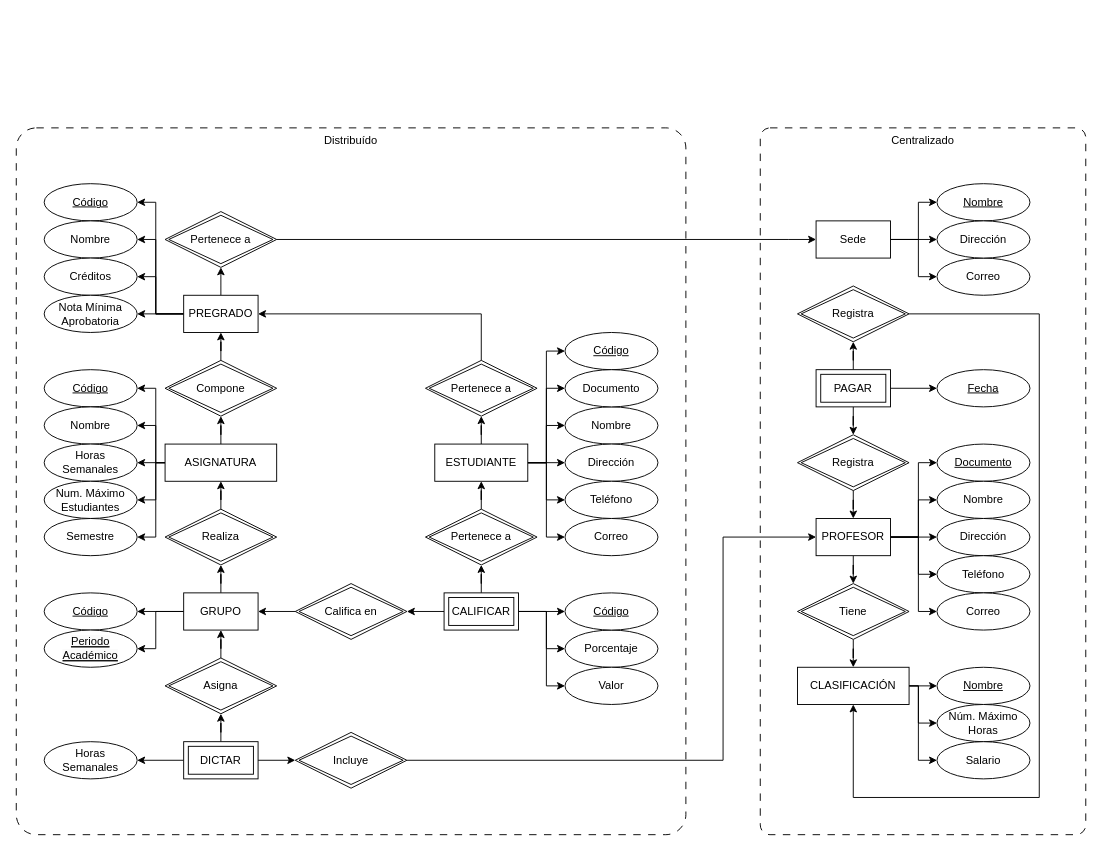
This is db/ProyectoFinal_EntidadRelacion.drawio from Brayan-22/bases2-proyecto-final-backend, a draw.io file, before an edit. Source tidied: cells renumbered, new cells numbered last; positions are measured from the earlier drawing's top-left corner, leaving out a move shared by most shapes. Both pictures are drawn from the tidied source at 93%, with x=0, y=0 at pixel (16, 127).
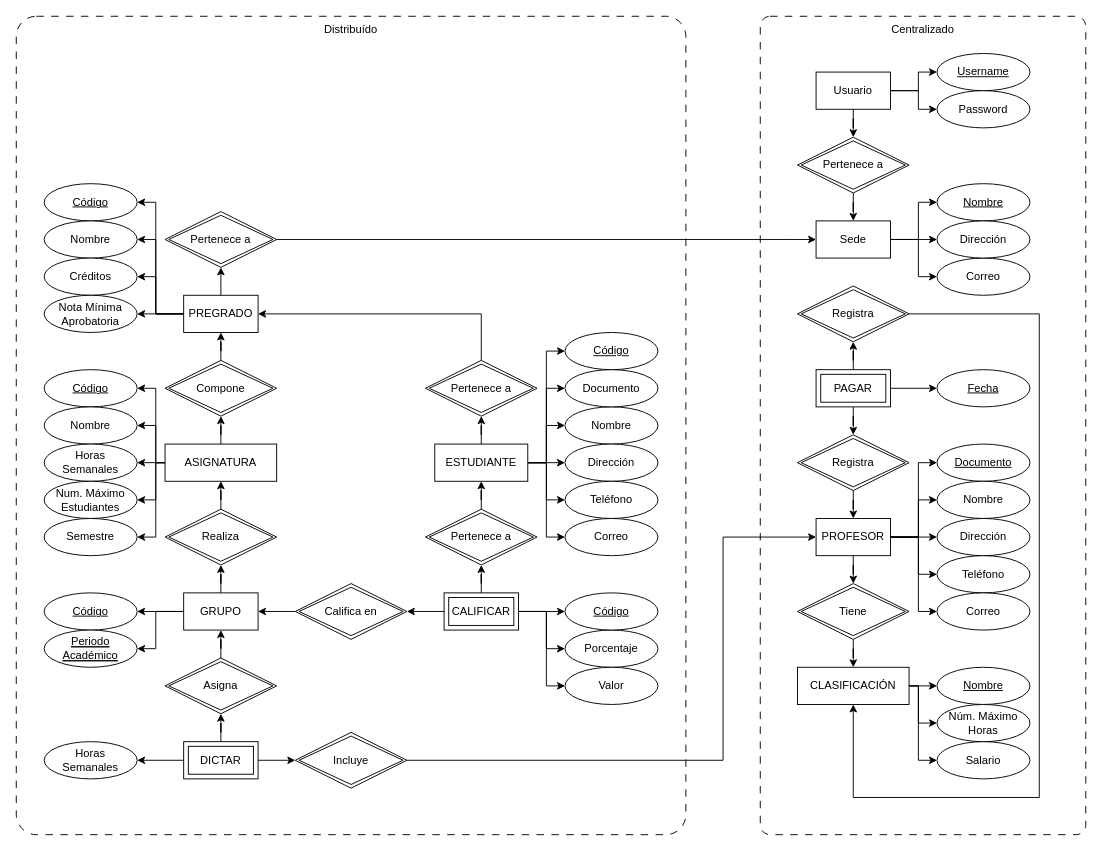
Above is the later version.

The change refers to these unchanged cells:
```xml
<mxCell id="68" value="Sede" style="rounded=0;whiteSpace=wrap;html=1;" parent="1" vertex="1">
  <mxGeometry x="860" y="100" width="80" height="40" as="geometry" />
</mxCell>
```

Diff of the diagram source:
```diff
@@
     <mxCell id="2" value="Centralizado" style="rounded=1;arcSize=3;whiteSpace=wrap;html=1;align=center;verticalAlign=top;dashed=1;dashPattern=8 8;fillColor=none;" parent="1" vertex="1">
-      <mxGeometry x="800" width="350" height="760" as="geometry" />
+      <mxGeometry x="800" y="-120" width="350" height="880" as="geometry" />
     </mxCell>
     <mxCell id="3" value="Distribuído" style="rounded=1;arcSize=3;whiteSpace=wrap;html=1;align=center;verticalAlign=top;dashed=1;dashPattern=8 8;fillColor=none;" parent="1" vertex="1">
-      <mxGeometry width="720" height="760" as="geometry" />
+      <mxGeometry y="-120" width="720" height="880" as="geometry" />
     </mxCell>
@@
+    <mxCell id="113" style="edgeStyle=orthogonalEdgeStyle;rounded=0;jettySize=auto;html=1;" parent="1" edge="1" source="116" target="119">
+      <mxGeometry relative="1" as="geometry">
+        <Array as="points">
+          <mxPoint x="970" y="-40" />
+          <mxPoint x="970" y="-60" />
+        </Array>
+      </mxGeometry>
+    </mxCell>
+    <mxCell id="114" style="edgeStyle=orthogonalEdgeStyle;rounded=0;jettySize=auto;html=1;" parent="1" edge="1" source="116" target="120">
+      <mxGeometry relative="1" as="geometry">
+        <Array as="points">
+          <mxPoint x="970" y="-40" />
+          <mxPoint x="970" y="-20" />
+        </Array>
+      </mxGeometry>
+    </mxCell>
+    <mxCell id="115" style="edgeStyle=orthogonalEdgeStyle;rounded=0;jettySize=auto;html=1;" parent="1" edge="1" source="116" target="118">
+      <mxGeometry relative="1" as="geometry" />
+    </mxCell>
+    <mxCell id="116" value="Usuario" style="rounded=0;whiteSpace=wrap;html=1;" parent="1" vertex="1">
+      <mxGeometry x="860" y="-60" width="80" height="40" as="geometry" />
+    </mxCell>
+    <mxCell id="117" style="edgeStyle=orthogonalEdgeStyle;rounded=0;jettySize=auto;html=1;" parent="1" edge="1" source="118" target="68">
+      <mxGeometry relative="1" as="geometry" />
+    </mxCell>
+    <mxCell id="118" value="Pertenece a" style="shape=rhombus;double=1;perimeter=rhombusPerimeter;whiteSpace=wrap;html=1;align=center;" parent="1" vertex="1">
+      <mxGeometry x="840" y="10" width="120" height="60" as="geometry" />
+    </mxCell>
+    <mxCell id="119" value="Username" style="ellipse;whiteSpace=wrap;html=1;align=center;fontStyle=4;" parent="1" vertex="1">
+      <mxGeometry x="990" y="-80" width="100" height="40" as="geometry" />
+    </mxCell>
+    <mxCell id="120" value="Password" style="ellipse;whiteSpace=wrap;html=1;align=center;" parent="1" vertex="1">
+      <mxGeometry x="990" y="-40" width="100" height="40" as="geometry" />
+    </mxCell>
```
